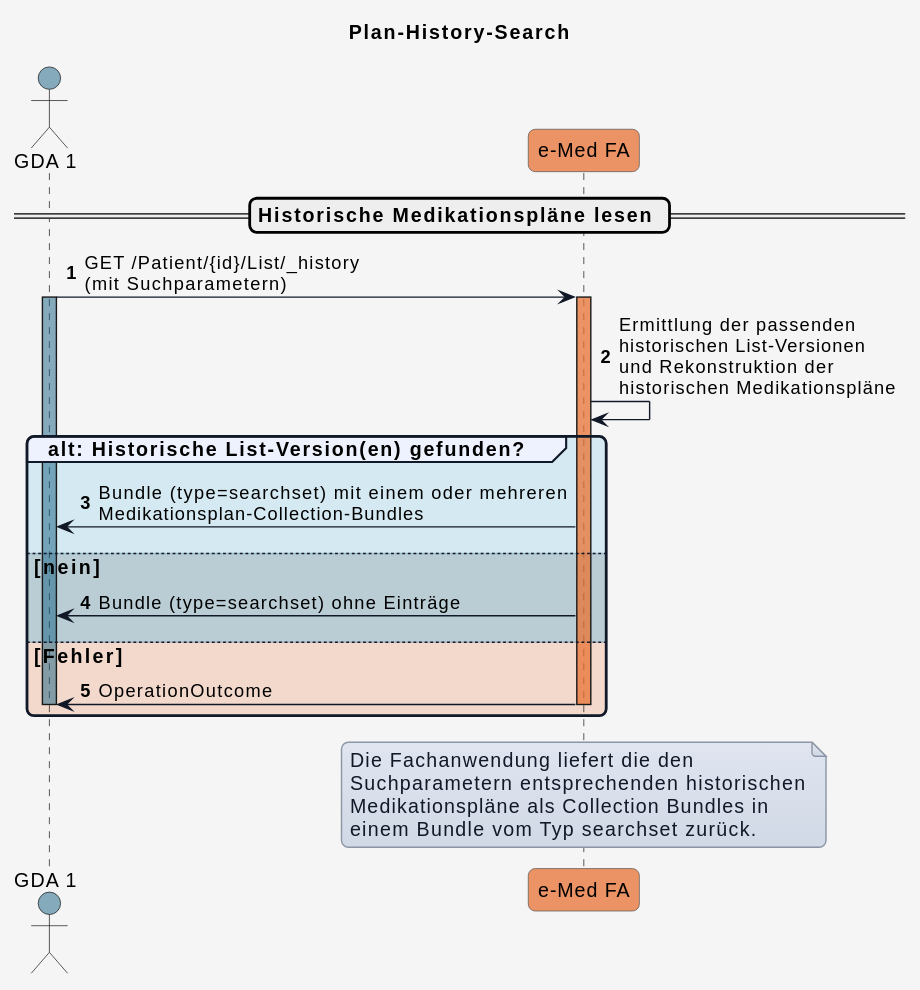
The PlantUML diagram r4-ELGA-e-Medikation-BO_rework_use_case/plantuml/UC_eMed_01_02.svg in HL7Austria/hl7austria.github.io, before a commit.
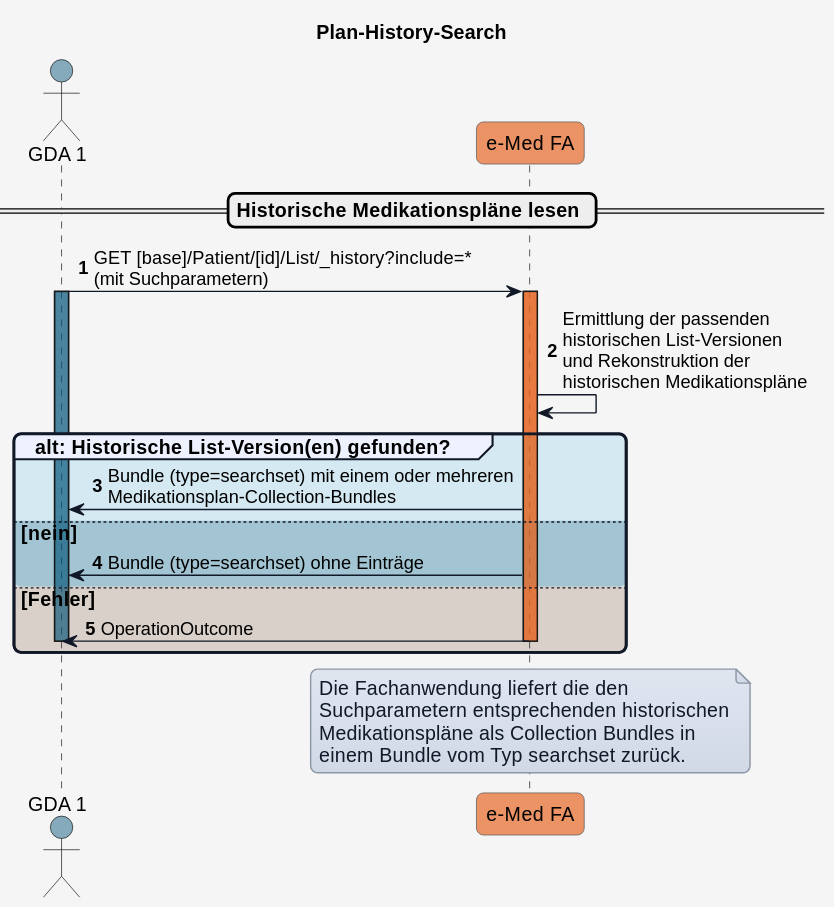
The same diagram one commit later.

Change to the diagram source:
```diff
@@ -59,7 +59,7 @@
 
 == Historische Medikationspläne lesen ==
 
-GDA_1 -> eMed_FA: GET /Patient/{id}/List/_history\n(mit Suchparametern)
+GDA_1 -> eMed_FA: GET [base]/Patient/[id]/List/_history?include=*\n(mit Suchparametern)
 activate GDA_1 COLOR_GDA_1
 
 activate eMed_FA COLOR_EMED_FA
```
